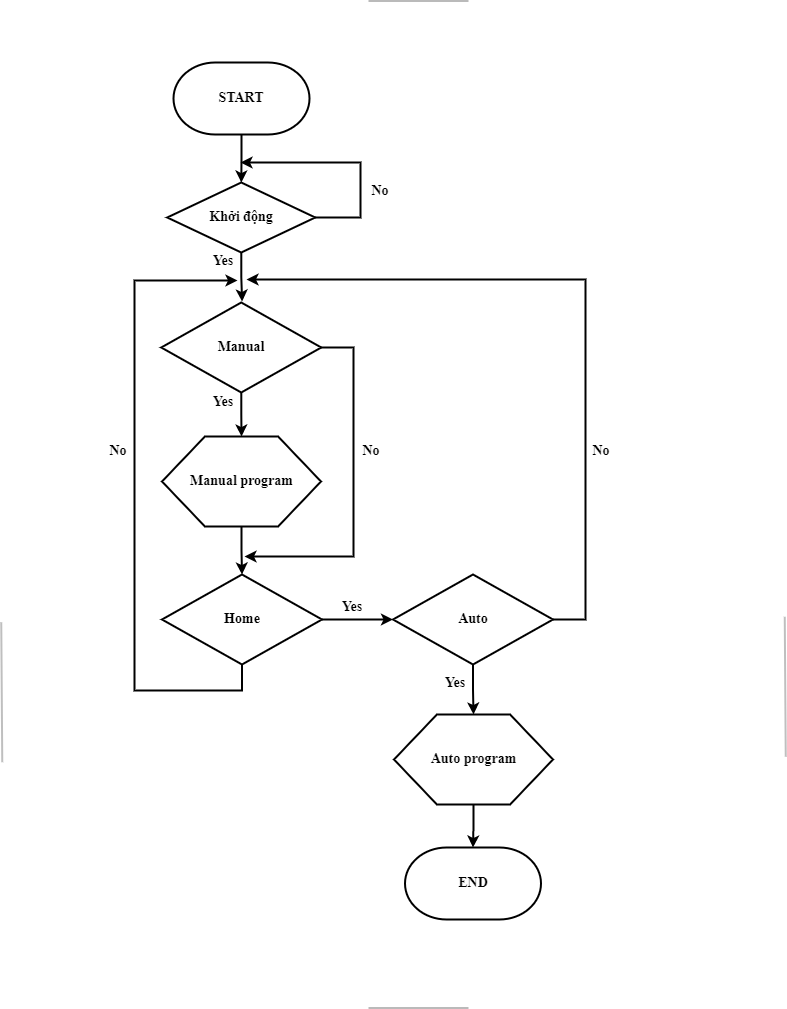
Above: main.png in nguyentienkhoa050401/mon-hoc (draw.io), before the change. Source tidied: cells renumbered, new cells last; positions are measured from the earlier drawing's top-left corner, leaving out a move shared by most shapes.
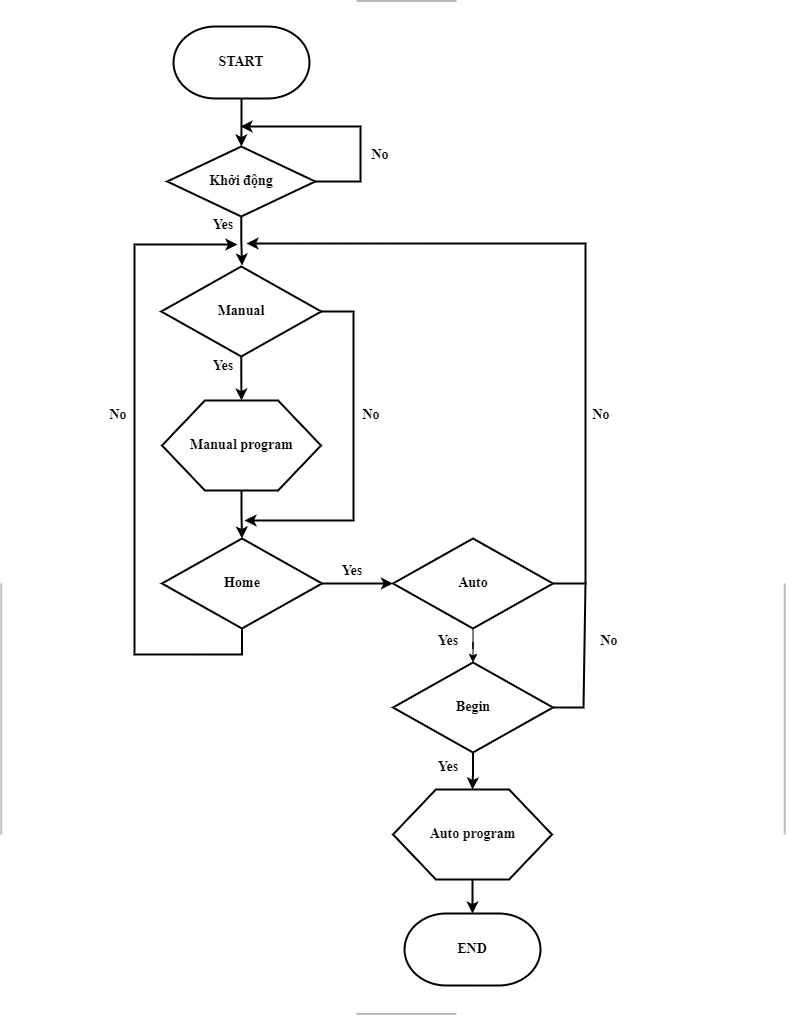
Later version of the same file.

Commit message:
Cập nhật main.png

Diff of the diagram source:
```diff
@@ -8,9 +8,6 @@
     <mxCell id="3" value="&lt;span style=&quot;font-size: 14px;&quot;&gt;&lt;font style=&quot;font-size: 14px;&quot;&gt;START&lt;/font&gt;&lt;/span&gt;" style="fontSize=14;zwfType=basicShape;strokeWidth=2;html=1;shape=mxgraph.flowchart.terminator;whiteSpace=wrap;fontFamily=Times New Roman;fontStyle=1;" parent="1" vertex="1">
       <mxGeometry x="85" width="136" height="72" as="geometry" />
     </mxCell>
-    <mxCell id="4" style="edgeStyle=orthogonalEdgeStyle;rounded=0;jettySize=auto;html=1;fontSize=14;fontColor=#000000;strokeWidth=2;fontFamily=Times New Roman;fontStyle=1;" parent="1" edge="1" source="6" target="12">
-      <mxGeometry relative="1" as="geometry" />
-    </mxCell>
     <mxCell id="5" style="edgeStyle=orthogonalEdgeStyle;rounded=0;jettySize=auto;html=1;strokeWidth=2;exitX=1;exitY=0.5;exitDx=0;exitDy=0;" parent="1" edge="1" source="6">
       <mxGeometry relative="1" as="geometry">
         <mxPoint x="158" y="217" as="targetPoint" />
@@ -20,11 +17,14 @@
         </Array>
       </mxGeometry>
     </mxCell>
+    <mxCell id="31" style="edgeStyle=orthogonalEdgeStyle;rounded=0;jettySize=auto;html=1;" parent="1" edge="1" source="6" target="33">
+      <mxGeometry relative="1" as="geometry" />
+    </mxCell>
     <mxCell id="6" value="Auto" style="fontSize=14;spacingLeft=10;spacingRight=10;zwfType=basicShape;strokeWidth=2;rhombus;whiteSpace=wrap;html=1;fontFamily=Times New Roman;fontStyle=1;" parent="1" vertex="1">
       <mxGeometry x="304.5" y="512" width="160" height="90" as="geometry" />
     </mxCell>
     <mxCell id="7" value="&lt;span style=&quot;font-size: 14px;&quot;&gt;&lt;font style=&quot;font-size: 14px;&quot;&gt;END&lt;/font&gt;&lt;/span&gt;" style="fontSize=14;zwfType=basicShape;strokeWidth=2;html=1;shape=mxgraph.flowchart.terminator;whiteSpace=wrap;fontFamily=Times New Roman;fontStyle=1;" parent="1" vertex="1">
-      <mxGeometry x="316.5" y="785" width="136" height="72" as="geometry" />
+      <mxGeometry x="316" y="887" width="136" height="72" as="geometry" />
     </mxCell>
     <mxCell id="8" style="edgeStyle=orthogonalEdgeStyle;rounded=0;jettySize=auto;html=1;fontSize=14;fontColor=#000000;strokeWidth=2;fontFamily=Times New Roman;fontStyle=1;" parent="1" edge="1" source="10" target="6">
       <mxGeometry relative="1" as="geometry" />
@@ -46,7 +46,7 @@
       <mxGeometry relative="1" as="geometry" />
     </mxCell>
     <mxCell id="12" value="Auto program" style="fontSize=14;spacingLeft=10;spacingRight=10;zwfType=basicShape;strokeWidth=2;html=1;shape=hexagon;perimeter=hexagonPerimeter2;arcSize=6;size=0.27;fontFamily=Times New Roman;fontStyle=1;" parent="1" vertex="1">
-      <mxGeometry x="305.5" y="652" width="159" height="90" as="geometry" />
+      <mxGeometry x="304.5" y="763" width="159" height="90" as="geometry" />
     </mxCell>
     <mxCell id="13" style="edgeStyle=orthogonalEdgeStyle;rounded=0;jettySize=auto;html=1;fontSize=14;fontColor=#000000;strokeWidth=2;fontFamily=Times New Roman;fontStyle=1;" parent="1" edge="1" source="15">
       <mxGeometry relative="1" as="geometry">
@@ -72,7 +72,7 @@
       <mxGeometry x="253" y="374" width="60" height="30" as="geometry" />
     </mxCell>
     <mxCell id="18" value="Yes&lt;br style=&quot;font-size: 14px;&quot;&gt;" style="text;html=1;align=center;verticalAlign=middle;whiteSpace=wrap;rounded=0;fillStyle=solid;strokeWidth=2;fontSize=14;fontFamily=Times New Roman;fontStyle=1;" parent="1" vertex="1">
-      <mxGeometry x="336.5" y="606" width="60" height="30" as="geometry" />
+      <mxGeometry x="330" y="600" width="60" height="30" as="geometry" />
     </mxCell>
     <mxCell id="19" value="Yes&lt;br style=&quot;font-size: 14px;&quot;&gt;" style="text;html=1;align=center;verticalAlign=middle;whiteSpace=wrap;rounded=0;fillStyle=solid;strokeWidth=2;fontSize=14;fontFamily=Times New Roman;fontStyle=1;" parent="1" vertex="1">
       <mxGeometry x="105" y="184" width="60" height="30" as="geometry" />
@@ -80,10 +80,10 @@
     <mxCell id="20" value="Yes" style="text;html=1;align=center;verticalAlign=middle;whiteSpace=wrap;rounded=0;fillStyle=solid;strokeWidth=2;fontSize=14;fontFamily=Times New Roman;fontStyle=1;" parent="1" vertex="1">
       <mxGeometry x="233.5" y="530" width="60" height="30" as="geometry" />
     </mxCell>
-    <mxCell id="21" style="shape=link;html=1;rounded=0;strokeWidth=2;fontFamily=Times New Roman;fontColor=#000000;width=1006;strokeColor=#BABABA;" parent="1" edge="1">
+    <mxCell id="21" style="shape=link;html=1;rounded=0;strokeWidth=2;fontFamily=Times New Roman;fontColor=#000000;width=1012;strokeColor=#BABABA;" parent="1" edge="1">
       <mxGeometry relative="1" as="geometry">
-        <mxPoint x="280" y="442" as="sourcePoint" />
-        <mxPoint x="380" y="442" as="targetPoint" />
+        <mxPoint x="268" y="481" as="sourcePoint" />
+        <mxPoint x="368" y="481" as="targetPoint" />
       </mxGeometry>
     </mxCell>
     <mxCell id="22" style="shape=link;html=1;rounded=0;strokeWidth=2;fontFamily=Times New Roman;fontColor=#000000;exitX=0;exitY=0.5;exitDx=0;exitDy=0;entryX=0;entryY=0.5;entryDx=0;entryDy=0;width=782.7272727272726;strokeColor=#BFBFBF;" parent="1" edge="1" source="6" target="12">
@@ -119,5 +119,25 @@
     <mxCell id="30" value="No" style="text;html=1;align=center;verticalAlign=middle;whiteSpace=wrap;rounded=0;fillStyle=solid;strokeWidth=2;fontSize=14;fontFamily=Times New Roman;fontStyle=1;" parent="1" vertex="1">
       <mxGeometry y="374" width="60" height="30" as="geometry" />
     </mxCell>
+    <mxCell id="32" style="edgeStyle=orthogonalEdgeStyle;rounded=0;jettySize=auto;html=1;strokeWidth=2;" parent="1" edge="1" source="33" target="12">
+      <mxGeometry relative="1" as="geometry" />
+    </mxCell>
+    <mxCell id="33" value="Begin" style="fontSize=14;spacingLeft=10;spacingRight=10;zwfType=basicShape;strokeWidth=2;rhombus;whiteSpace=wrap;html=1;fontFamily=Times New Roman;fontStyle=1;" parent="1" vertex="1">
+      <mxGeometry x="304.5" y="636" width="160" height="90" as="geometry" />
+    </mxCell>
+    <mxCell id="34" style="endArrow=none;html=1;rounded=0;exitX=1;exitY=0.5;exitDx=0;exitDy=0;strokeWidth=2;" parent="1" edge="1" source="33">
+      <mxGeometry relative="1" as="geometry">
+        <mxPoint x="497" y="556" as="targetPoint" />
+        <Array as="points">
+          <mxPoint x="495" y="681" />
+        </Array>
+      </mxGeometry>
+    </mxCell>
+    <mxCell id="35" value="Yes&lt;br style=&quot;font-size: 14px;&quot;&gt;" style="text;html=1;align=center;verticalAlign=middle;whiteSpace=wrap;rounded=0;fillStyle=solid;strokeWidth=2;fontSize=14;fontFamily=Times New Roman;fontStyle=1;" parent="1" vertex="1">
+      <mxGeometry x="330" y="726" width="60" height="30" as="geometry" />
+    </mxCell>
+    <mxCell id="36" value="No" style="text;html=1;align=center;verticalAlign=middle;whiteSpace=wrap;rounded=0;fillStyle=solid;strokeWidth=2;fontSize=14;fontFamily=Times New Roman;fontStyle=1;" parent="1" vertex="1">
+      <mxGeometry x="491" y="600" width="60" height="30" as="geometry" />
+    </mxCell>
   </root>
 </mxGraphModel>
```
